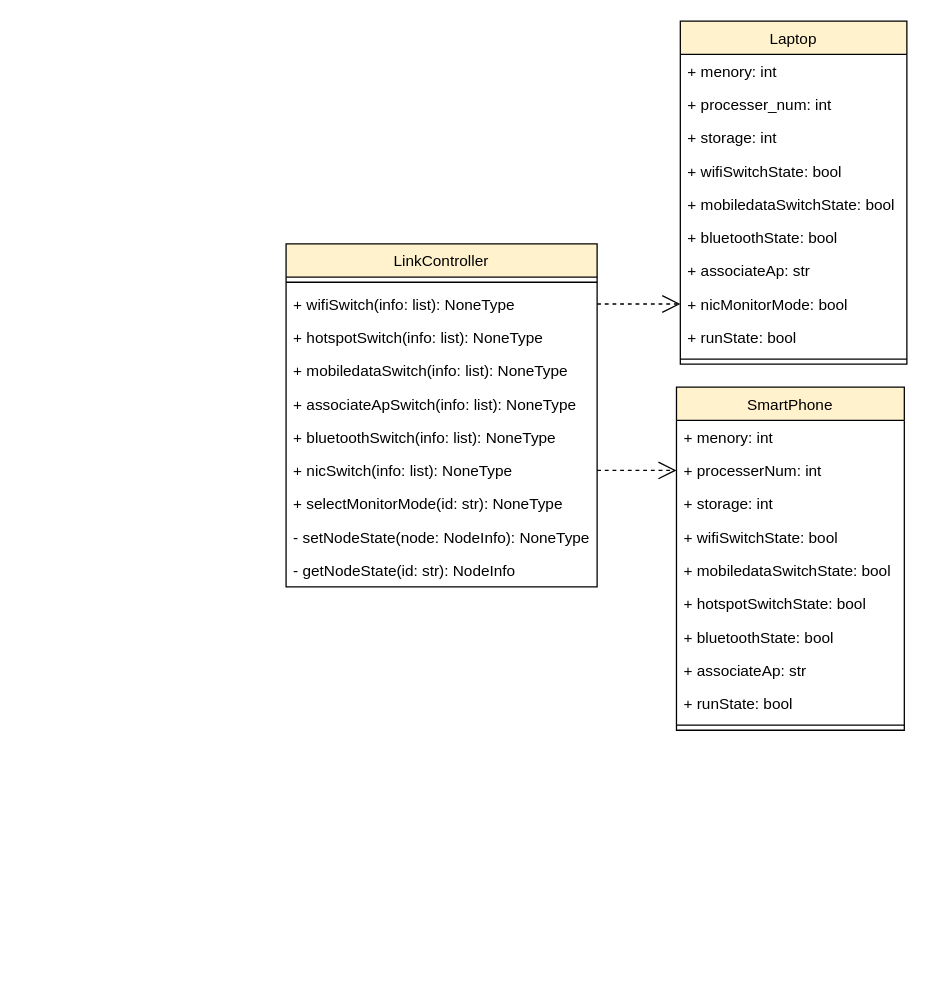
Icarus1994/neutron_conf keeps this draw.io diagram as page "类图_链路控制模块" (8 of 13) of 仿真功能模块UML类图.drawio. Above is the earlier version. Source tidied: cells renumbered, new cells numbered last; positions are measured from the earlier drawing's top-left corner, leaving out a move shared by most shapes. Both pictures are drawn from the tidied source at 128%, with x=0, y=0 at pixel (285, 20).
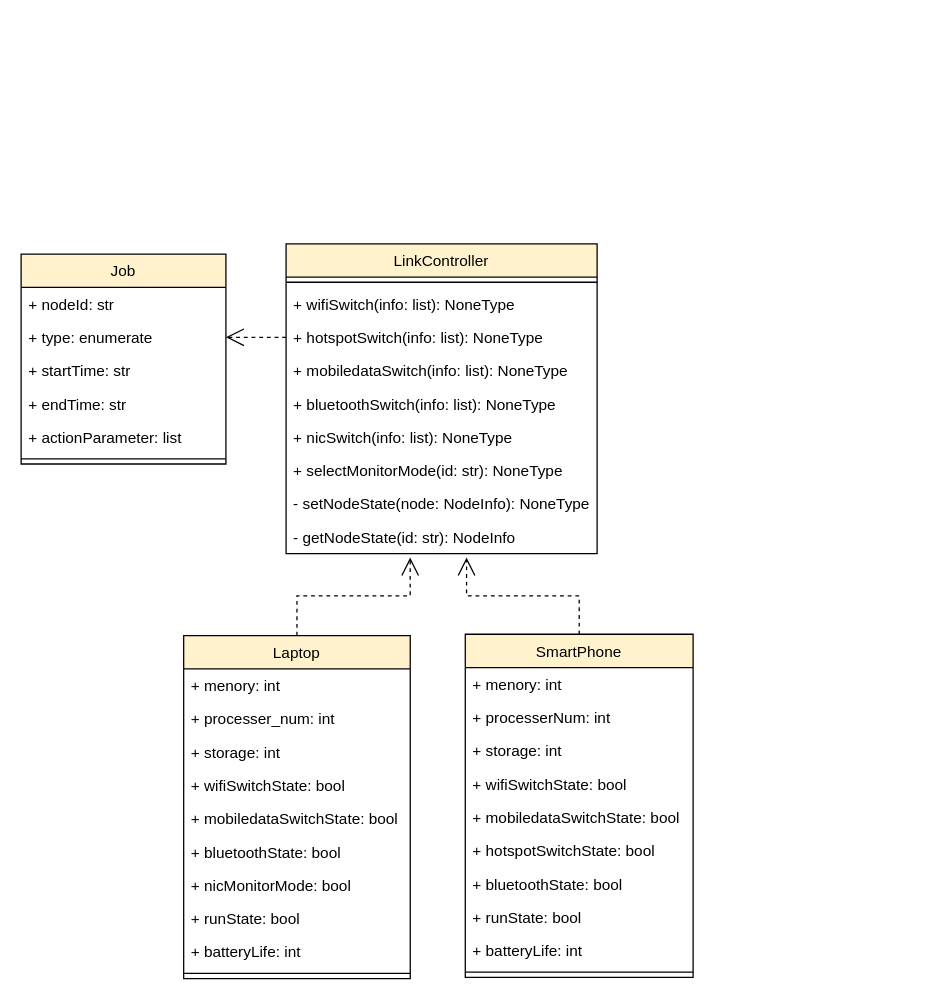
The same page after the edit.

Unchanged cells that the change refers to:
```xml
<mxCell id="6" value="+ processerNum: int" style="text;strokeColor=none;fillColor=none;align=left;verticalAlign=top;spacingLeft=4;spacingRight=4;overflow=hidden;points=[[0,0.5],[1,0.5]];portConstraint=eastwest;" parent="4" vertex="1">
  <mxGeometry y="52" width="178" height="26" as="geometry" />
</mxCell>
```

The edit, as a diff of the source:
```diff
@@
+    <mxCell id="26" value="LinkController" style="swimlane;fontStyle=0;align=center;verticalAlign=top;horizontal=1;startSize=26;fillColor=#fff2cc;strokeColor=#000000;" parent="1" vertex="1">
+      <mxGeometry y="174" width="243" height="242" as="geometry" />
+    </mxCell>
+    <mxCell id="27" style="line;strokeWidth=1;fillColor=none;align=left;verticalAlign=middle;spacingTop=-1;spacingLeft=3;spacingRight=3;labelPosition=right;" parent="26" vertex="1">
+      <mxGeometry y="26" width="243" height="8" as="geometry" />
+    </mxCell>
+    <mxCell id="28" value="+ wifiSwitch(info: list): NoneType" style="text;strokeColor=none;fillColor=none;align=left;verticalAlign=top;spacingLeft=4;spacingRight=4;overflow=hidden;points=[[0,0.5],[1,0.5]];portConstraint=eastwest;" parent="26" vertex="1">
+      <mxGeometry y="34" width="243" height="26" as="geometry" />
+    </mxCell>
+    <mxCell id="29" value="+ hotspotSwitch(info: list): NoneType" style="text;strokeColor=none;fillColor=none;align=left;verticalAlign=top;spacingLeft=4;spacingRight=4;overflow=hidden;points=[[0,0.5],[1,0.5]];portConstraint=eastwest;" parent="26" vertex="1">
+      <mxGeometry y="60" width="243" height="26" as="geometry" />
+    </mxCell>
+    <mxCell id="30" value="+ mobiledataSwitch(info: list): NoneType" style="text;strokeColor=none;fillColor=none;align=left;verticalAlign=top;spacingLeft=4;spacingRight=4;overflow=hidden;" parent="26" vertex="1">
+      <mxGeometry y="86" width="243" height="26" as="geometry" />
+    </mxCell>
+    <mxCell id="32" value="+ bluetoothSwitch(info: list): NoneType" style="text;strokeColor=none;fillColor=none;align=left;verticalAlign=top;spacingLeft=4;spacingRight=4;overflow=hidden;" parent="26" vertex="1">
+      <mxGeometry y="112" width="243" height="26" as="geometry" />
+    </mxCell>
+    <mxCell id="33" value="+ nicSwitch(info: list): NoneType" style="text;strokeColor=none;fillColor=none;align=left;verticalAlign=top;spacingLeft=4;spacingRight=4;overflow=hidden;points=[[0,0.5],[1,0.5]];portConstraint=eastwest;" parent="26" vertex="1">
+      <mxGeometry y="138" width="243" height="26" as="geometry" />
+    </mxCell>
+    <mxCell id="34" value="+ selectMonitorMode(id: str): NoneType" style="text;strokeColor=none;fillColor=none;align=left;verticalAlign=top;spacingLeft=4;spacingRight=4;overflow=hidden;" parent="26" vertex="1">
+      <mxGeometry y="164" width="243" height="26" as="geometry" />
+    </mxCell>
+    <mxCell id="35" value="- setNodeState(node: NodeInfo): NoneType" style="text;strokeColor=none;fillColor=none;align=left;verticalAlign=top;spacingLeft=4;spacingRight=4;overflow=hidden;" parent="26" vertex="1">
+      <mxGeometry y="190" width="243" height="26" as="geometry" />
+    </mxCell>
+    <mxCell id="36" value="- getNodeState(id: str): NodeInfo" style="text;strokeColor=none;fillColor=none;align=left;verticalAlign=top;spacingLeft=4;spacingRight=4;overflow=hidden;points=[[0,0.5],[1,0.5]];portConstraint=eastwest;" parent="26" vertex="1">
+      <mxGeometry y="216" width="243" height="26" as="geometry" />
+    </mxCell>
+    <mxCell id="37" style="endArrow=open;endSize=12;dashed=1;html=1;edgeStyle=elbowEdgeStyle;rounded=0;exitX=0;exitY=0.5;exitDx=0;exitDy=0;" parent="1" edge="1" source="29" target="40">
+      <mxGeometry relative="1" as="geometry" />
+    </mxCell>
+    <mxCell id="38" value="Job" style="swimlane;fontStyle=0;align=center;verticalAlign=top;horizontal=1;startSize=26;fillColor=#fff2cc;strokeColor=#000000;" parent="1" vertex="1">
+      <mxGeometry x="-207" y="182" width="160" height="164" as="geometry" />
+    </mxCell>
+    <mxCell id="39" value="+ nodeId: str" style="text;strokeColor=none;fillColor=none;align=left;verticalAlign=top;spacingLeft=4;spacingRight=4;overflow=hidden;" parent="38" vertex="1">
+      <mxGeometry y="26" width="160" height="26" as="geometry" />
+    </mxCell>
+    <mxCell id="40" value="+ type: enumerate" style="text;strokeColor=none;fillColor=none;align=left;verticalAlign=top;spacingLeft=4;spacingRight=4;overflow=hidden;points=[[0,0.5],[1,0.5]];portConstraint=eastwest;" parent="38" vertex="1">
+      <mxGeometry y="52" width="160" height="26" as="geometry" />
+    </mxCell>
+    <mxCell id="41" value="+ startTime: str" style="text;strokeColor=none;fillColor=none;align=left;verticalAlign=top;spacingLeft=4;spacingRight=4;overflow=hidden;" parent="38" vertex="1">
+      <mxGeometry y="78" width="160" height="26" as="geometry" />
+    </mxCell>
+    <mxCell id="42" value="+ endTime: str" style="text;strokeColor=none;fillColor=none;align=left;verticalAlign=top;spacingLeft=4;spacingRight=4;overflow=hidden;" parent="38" vertex="1">
+      <mxGeometry y="104" width="160" height="26" as="geometry" />
+    </mxCell>
+    <mxCell id="43" value="+ actionParameter: list" style="text;strokeColor=none;fillColor=none;align=left;verticalAlign=top;spacingLeft=4;spacingRight=4;overflow=hidden;" parent="38" vertex="1">
+      <mxGeometry y="130" width="160" height="26" as="geometry" />
+    </mxCell>
+    <mxCell id="44" style="line;strokeWidth=1;fillColor=none;align=left;verticalAlign=middle;spacingTop=-1;spacingLeft=3;spacingRight=3;labelPosition=right;" parent="38" vertex="1">
+      <mxGeometry y="156" width="160" height="8" as="geometry" />
+    </mxCell>
+    <mxCell id="3" style="endArrow=open;endSize=12;dashed=1;html=1;edgeStyle=elbowEdgeStyle;rounded=0;exitX=0.5;exitY=0;exitDx=0;exitDy=0;elbow=vertical;" parent="1" edge="1" source="4">
+      <mxGeometry relative="1" as="geometry">
+        <mxPoint x="141" y="419" as="targetPoint" />
+      </mxGeometry>
+    </mxCell>
-    <mxCell id="2" style="endArrow=open;endSize=12;dashed=1;html=1;edgeStyle=elbowEdgeStyle;rounded=0;exitX=1;exitY=0.5;exitDx=0;exitDy=0;entryX=0;entryY=0.5;entryDx=0;entryDy=0;" parent="1" edge="1" source="28" target="23">
+    <mxCell id="2" style="endArrow=open;endSize=12;dashed=1;html=1;edgeStyle=elbowEdgeStyle;rounded=0;exitX=0.5;exitY=0;exitDx=0;exitDy=0;entryX=0.399;entryY=1.115;entryDx=0;entryDy=0;entryPerimeter=0;elbow=vertical;" parent="1" edge="1" source="15" target="36">
       <mxGeometry relative="1" as="geometry" />
     </mxCell>
-    <mxCell id="3" style="endArrow=open;endSize=12;dashed=1;html=1;entryX=0;entryY=0.5;entryDx=0;entryDy=0;edgeStyle=elbowEdgeStyle;rounded=0;exitX=1;exitY=0.5;exitDx=0;exitDy=0;" parent="1" edge="1" source="33" target="6">
-      <mxGeometry relative="1" as="geometry" />
-    </mxCell>
     <mxCell id="4" value="SmartPhone" style="swimlane;fontStyle=0;align=center;verticalAlign=top;horizontal=1;startSize=26;fillColor=#fff2cc;strokeColor=#000000;" parent="1" vertex="1">
-      <mxGeometry x="305" y="286" width="178" height="268" as="geometry" />
+      <mxGeometry x="140" y="479" width="178" height="268" as="geometry" />
     </mxCell>
@@
-    <mxCell id="12" value="+ associateAp: str " style="text;strokeColor=none;fillColor=none;align=left;verticalAlign=top;spacingLeft=4;spacingRight=4;overflow=hidden;" parent="4" vertex="1">
-      <mxGeometry y="208" width="178" height="26" as="geometry" />
-    </mxCell>
     <mxCell id="13" value="+ runState: bool" style="text;strokeColor=none;fillColor=none;align=left;verticalAlign=top;spacingLeft=4;spacingRight=4;overflow=hidden;" parent="4" vertex="1">
-      <mxGeometry y="234" width="178" height="26" as="geometry" />
+      <mxGeometry y="208" width="178" height="26" as="geometry" />
     </mxCell>
+    <mxCell id="45" value="+ batteryLife: int" style="text;strokeColor=none;fillColor=none;align=left;verticalAlign=top;spacingLeft=4;spacingRight=4;overflow=hidden;" parent="4" vertex="1">
+      <mxGeometry y="234" width="178" height="26" as="geometry" />
+    </mxCell>
@@
     <mxCell id="15" value="Laptop" style="swimlane;fontStyle=0;align=center;verticalAlign=top;horizontal=1;startSize=26;fillColor=#fff2cc;strokeColor=#000000;" parent="1" vertex="1">
-      <mxGeometry x="308" width="177" height="268" as="geometry" />
+      <mxGeometry x="-80" y="480" width="177" height="268" as="geometry" />
     </mxCell>
@@
-    <mxCell id="22" value="+ associateAp: str " style="text;strokeColor=none;fillColor=none;align=left;verticalAlign=top;spacingLeft=4;spacingRight=4;overflow=hidden;" parent="15" vertex="1">
-      <mxGeometry y="182" width="177" height="26" as="geometry" />
-    </mxCell>
     <mxCell id="23" value="+ nicMonitorMode: bool " style="text;strokeColor=none;fillColor=none;align=left;verticalAlign=top;spacingLeft=4;spacingRight=4;overflow=hidden;points=[[0,0.5],[1,0.5]];portConstraint=eastwest;" parent="15" vertex="1">
-      <mxGeometry y="208" width="177" height="26" as="geometry" />
+      <mxGeometry y="182" width="177" height="26" as="geometry" />
     </mxCell>
     <mxCell id="24" value="+ runState: bool" style="text;strokeColor=none;fillColor=none;align=left;verticalAlign=top;spacingLeft=4;spacingRight=4;overflow=hidden;" parent="15" vertex="1">
-      <mxGeometry y="234" width="177" height="26" as="geometry" />
+      <mxGeometry y="208" width="177" height="26" as="geometry" />
     </mxCell>
+    <mxCell id="46" value="+ batteryLife: int" style="text;strokeColor=none;fillColor=none;align=left;verticalAlign=top;spacingLeft=4;spacingRight=4;overflow=hidden;" parent="15" vertex="1">
+      <mxGeometry y="234" width="177" height="26" as="geometry" />
+    </mxCell>
@@
-    <mxCell id="26" value="LinkController" style="swimlane;fontStyle=0;align=center;verticalAlign=top;horizontal=1;startSize=26;fillColor=#fff2cc;strokeColor=#000000;" parent="1" vertex="1">
-      <mxGeometry y="174" width="243" height="268" as="geometry" />
-    </mxCell>
-    <mxCell id="27" style="line;strokeWidth=1;fillColor=none;align=left;verticalAlign=middle;spacingTop=-1;spacingLeft=3;spacingRight=3;labelPosition=right;" parent="26" vertex="1">
-      <mxGeometry y="26" width="243" height="8" as="geometry" />
-    </mxCell>
-    <mxCell id="28" value="+ wifiSwitch(info: list): NoneType" style="text;strokeColor=none;fillColor=none;align=left;verticalAlign=top;spacingLeft=4;spacingRight=4;overflow=hidden;points=[[0,0.5],[1,0.5]];portConstraint=eastwest;" parent="26" vertex="1">
-      <mxGeometry y="34" width="243" height="26" as="geometry" />
-    </mxCell>
-    <mxCell id="29" value="+ hotspotSwitch(info: list): NoneType" style="text;strokeColor=none;fillColor=none;align=left;verticalAlign=top;spacingLeft=4;spacingRight=4;overflow=hidden;points=[[0,0.5],[1,0.5]];portConstraint=eastwest;" parent="26" vertex="1">
-      <mxGeometry y="60" width="243" height="26" as="geometry" />
-    </mxCell>
-    <mxCell id="30" value="+ mobiledataSwitch(info: list): NoneType" style="text;strokeColor=none;fillColor=none;align=left;verticalAlign=top;spacingLeft=4;spacingRight=4;overflow=hidden;" parent="26" vertex="1">
-      <mxGeometry y="86" width="243" height="26" as="geometry" />
-    </mxCell>
-    <mxCell id="31" value="+ associateApSwitch(info: list): NoneType&#10;" style="text;strokeColor=none;fillColor=none;align=left;verticalAlign=top;spacingLeft=4;spacingRight=4;overflow=hidden;" parent="26" vertex="1">
-      <mxGeometry y="112" width="243" height="26" as="geometry" />
-    </mxCell>
-    <mxCell id="32" value="+ bluetoothSwitch(info: list): NoneType" style="text;strokeColor=none;fillColor=none;align=left;verticalAlign=top;spacingLeft=4;spacingRight=4;overflow=hidden;" parent="26" vertex="1">
-      <mxGeometry y="138" width="243" height="26" as="geometry" />
-    </mxCell>
-    <mxCell id="33" value="+ nicSwitch(info: list): NoneType" style="text;strokeColor=none;fillColor=none;align=left;verticalAlign=top;spacingLeft=4;spacingRight=4;overflow=hidden;points=[[0,0.5],[1,0.5]];portConstraint=eastwest;" parent="26" vertex="1">
-      <mxGeometry y="164" width="243" height="26" as="geometry" />
-    </mxCell>
-    <mxCell id="34" value="+ selectMonitorMode(id: str): NoneType" style="text;strokeColor=none;fillColor=none;align=left;verticalAlign=top;spacingLeft=4;spacingRight=4;overflow=hidden;" parent="26" vertex="1">
-      <mxGeometry y="190" width="243" height="26" as="geometry" />
-    </mxCell>
-    <mxCell id="35" value="- setNodeState(node: NodeInfo): NoneType" style="text;strokeColor=none;fillColor=none;align=left;verticalAlign=top;spacingLeft=4;spacingRight=4;overflow=hidden;" parent="26" vertex="1">
-      <mxGeometry y="216" width="243" height="26" as="geometry" />
-    </mxCell>
-    <mxCell id="36" value="- getNodeState(id: str): NodeInfo" style="text;strokeColor=none;fillColor=none;align=left;verticalAlign=top;spacingLeft=4;spacingRight=4;overflow=hidden;points=[[0,0.5],[1,0.5]];portConstraint=eastwest;" parent="26" vertex="1">
-      <mxGeometry y="242" width="243" height="26" as="geometry" />
-    </mxCell>
```
